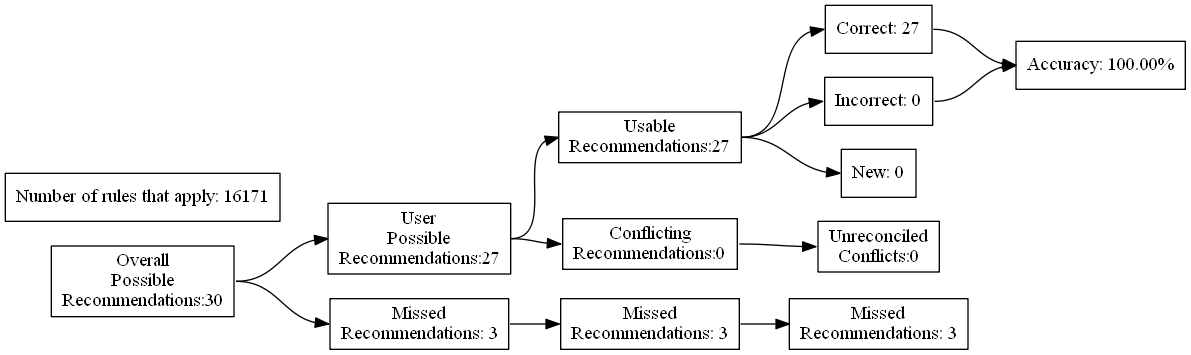
The Graphviz diagram test_renders/8.gv.png in ZaxR/ibd_diet_analysis, before a commit. Its source is kept beside it as test_renders/8.gv.
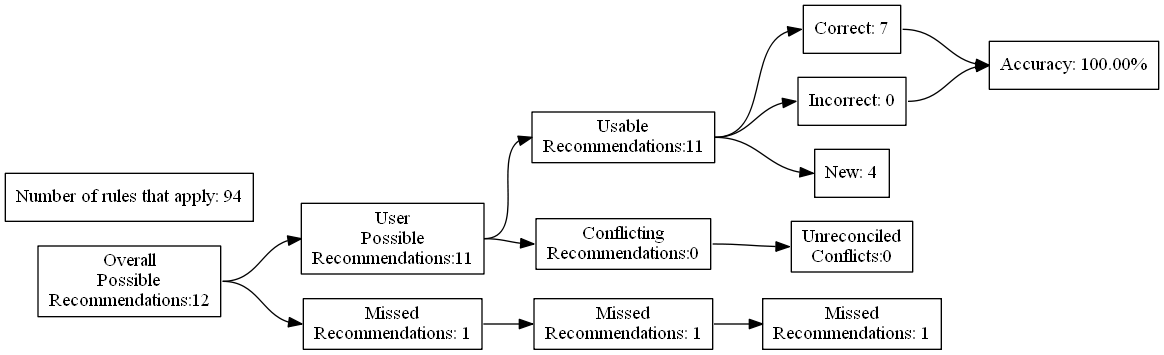
After the change.

Change to the diagram source:
```diff
@@ -4,27 +4,27 @@
 	edge [headport=w tailport=e]
 		A [label="Overall
 Possible
-Recommendations:30"]
+Recommendations:12"]
 		B [label="User
 Possible
-Recommendations:27"]
+Recommendations:11"]
 		C [label="Missed
-Recommendations: 3"]
+Recommendations: 1"]
 		D [label="Usable
-Recommendations:27"]
+Recommendations:11"]
 		E [label="Conflicting
 Recommendations:0"]
 		J [label="Missed
-Recommendations: 3"]
+Recommendations: 1"]
 		M [label="Unreconciled
 Conflicts:0"]
-		F [label="Correct: 27"]
+		F [label="Correct: 7"]
 		G [label="Incorrect: 0"]
-		H [label="New: 0"]
+		H [label="New: 4"]
 		K [label="Missed
-Recommendations: 3"]
+Recommendations: 1"]
 		I [label="Accuracy: 100.00%"]
-		l [label="Number of rules that apply: 16171"]
+		l [label="Number of rules that apply: 94"]
 			A -> B
 			A -> C
 			B -> D
```
